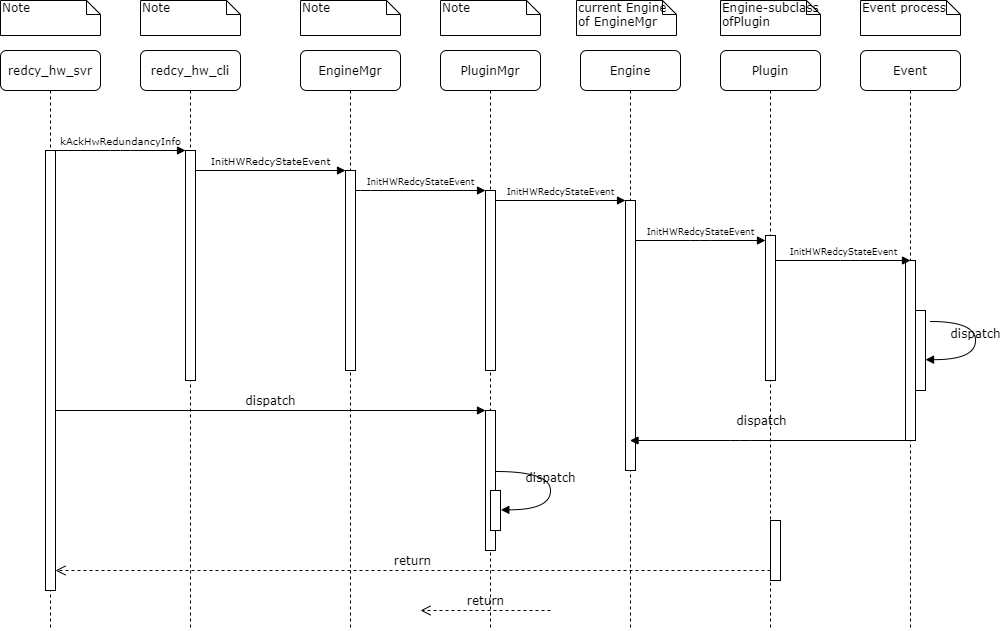
This is UML/StartRedundancy.png from Steve888888/FN-Redundancy, a draw.io export, as it was before one commit. Source tidied: cells renumbered, new cells last; positions are measured from the earlier drawing's top-left corner, leaving out a move shared by most shapes.
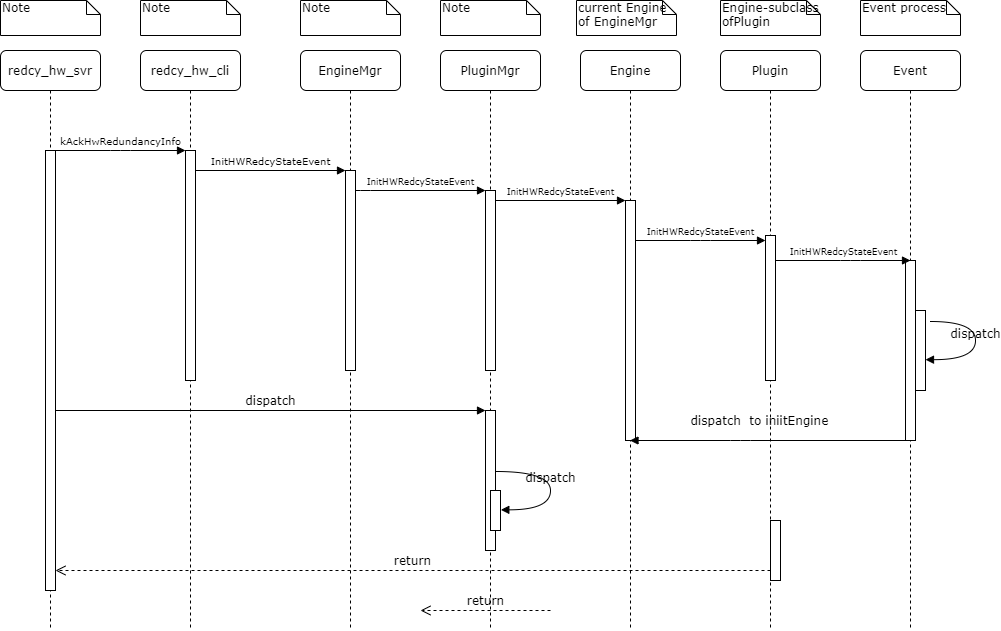
Later version of the same file.

Change to the diagram source:
```diff
@@ -52,7 +52,7 @@
       </mxGeometry>
     </mxCell>
     <mxCell id="17" style="html=1;points=[];perimeter=orthogonalPerimeter;rounded=0;shadow=0;comic=0;labelBackgroundColor=none;strokeWidth=1;fontFamily=Verdana;fontSize=12;align=center;" parent="1" vertex="1">
-      <mxGeometry x="625" y="200" width="10" height="270" as="geometry" />
+      <mxGeometry x="625" y="200" width="10" height="240" as="geometry" />
     </mxCell>
     <mxCell id="18" value="&lt;span style=&quot;font-size: 9px&quot;&gt;InitHWRedcyStateEvent&lt;/span&gt;" style="html=1;verticalAlign=bottom;endArrow=block;entryX=0;entryY=0;labelBackgroundColor=none;fontFamily=Verdana;fontSize=12;edgeStyle=elbowEdgeStyle;elbow=vertical;" parent="1" edge="1" source="15" target="17">
       <mxGeometry relative="1" as="geometry" />
@@ -148,7 +148,7 @@
         </Array>
       </mxGeometry>
     </mxCell>
-    <mxCell id="38" value="dispatch" style="html=1;verticalAlign=bottom;endArrow=block;labelBackgroundColor=none;fontFamily=Verdana;fontSize=12;edgeStyle=elbowEdgeStyle;elbow=vertical;" parent="1" edge="1" source="10" target="7">
+    <mxCell id="38" value="dispatch&amp;nbsp; to iniitEngine&amp;nbsp;" style="html=1;verticalAlign=bottom;endArrow=block;labelBackgroundColor=none;fontFamily=Verdana;fontSize=12;edgeStyle=elbowEdgeStyle;elbow=vertical;" parent="1" edge="1" source="10" target="7">
       <mxGeometry x="0.07" y="-10" relative="1" as="geometry">
         <Array as="points">
           <mxPoint x="740" y="440" />
```
